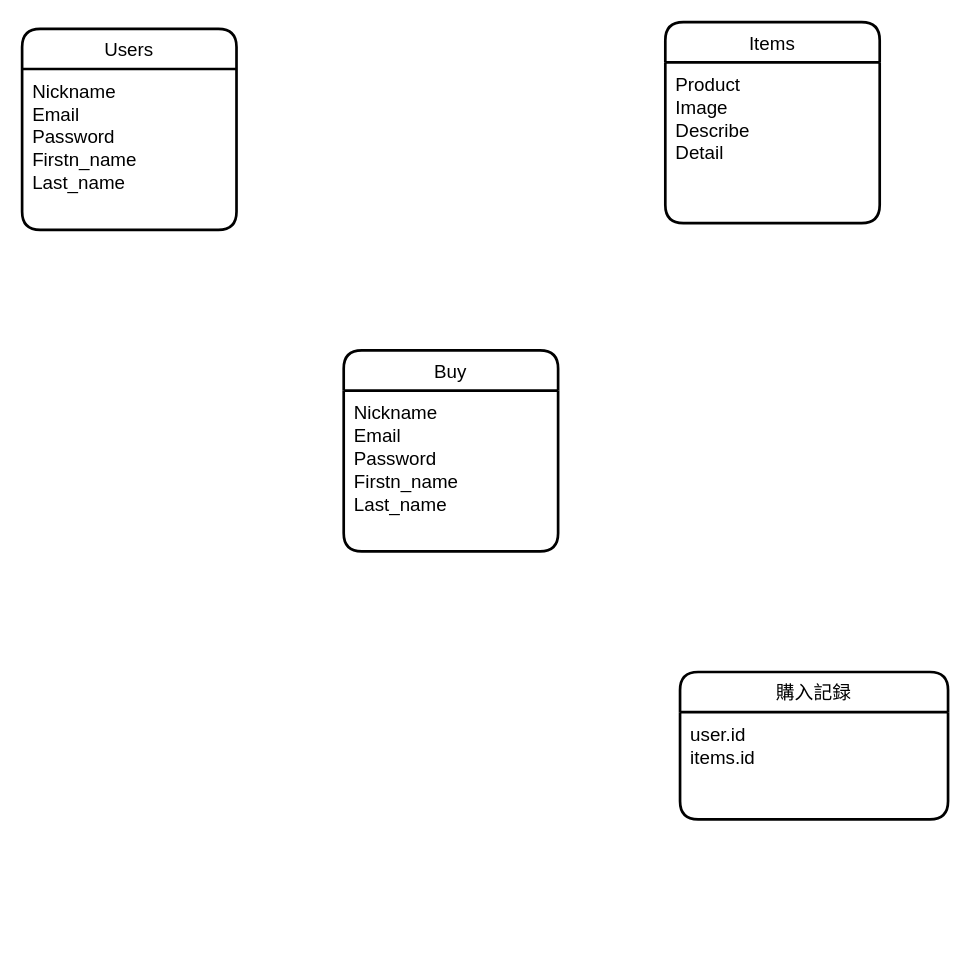
Before: .dio in ryoya-mineshima/furima-32838, a draw.io diagram. Source tidied: cells renumbered, new cells numbered last; positions are measured from the earlier drawing's top-left corner, leaving out a move shared by most shapes. Both pictures are drawn from the tidied source at 134%, with x=0, y=0 at pixel (21, 21).
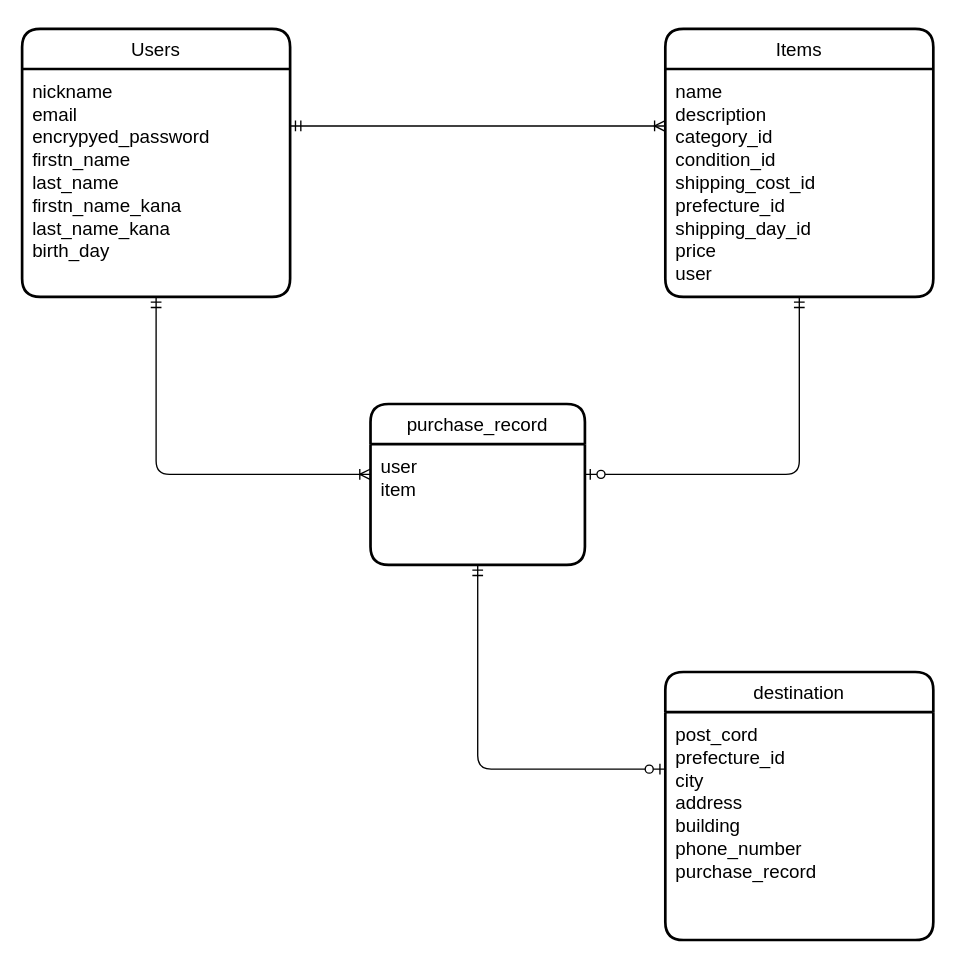
The same diagram, later.

Commit message:
ER図修正（忘れ）

Diff of the diagram source:
```diff
@@
 <mxGraphModel>
   <root>
     <mxCell id="0" />
     <mxCell id="1" parent="0" />
     <mxCell id="2" value="Users" style="swimlane;horizontal=1;startSize=30;rounded=1;fontSize=14;fontStyle=0;strokeWidth=2;shadow=0;dashed=0;align=center;sketch=0;" parent="1" vertex="1">
-      <mxGeometry y="5" width="160" height="150" as="geometry" />
+      <mxGeometry y="5" width="200" height="200" as="geometry" />
     </mxCell>
-    <mxCell id="3" value="Nickname&#10;Email&#10;Password&#10;Firstn_name&#10;Last_name" style="align=left;strokeColor=none;fillColor=none;spacingLeft=4;fontSize=14;verticalAlign=top;spacingTop=0;spacingBottom=0;spacing=4;" parent="2" vertex="1">
-      <mxGeometry y="30" width="160" height="120" as="geometry" />
+    <mxCell id="3" value="nickname&#10;email&#10;encrypyed_password&#10;firstn_name&#10;last_name&#10;firstn_name_kana&#10;last_name_kana&#10;birth_day" style="align=left;strokeColor=none;fillColor=none;spacingLeft=4;fontSize=14;verticalAlign=top;spacingTop=0;spacingBottom=0;spacing=4;" parent="2" vertex="1">
+      <mxGeometry y="30" width="200" height="170" as="geometry" />
     </mxCell>
     <mxCell id="4" value="Items" style="swimlane;horizontal=1;startSize=30;rounded=1;fontSize=14;fontStyle=0;strokeWidth=2;shadow=0;dashed=0;align=center;sketch=0;" parent="1" vertex="1">
-      <mxGeometry x="480" width="160" height="150" as="geometry" />
+      <mxGeometry x="480" y="5" width="200" height="200" as="geometry" />
     </mxCell>
-    <mxCell id="5" value="Product&#10;Image&#10;Describe&#10;Detail&#10;" style="align=left;strokeColor=none;fillColor=none;spacingLeft=4;fontSize=14;verticalAlign=top;spacingTop=0;spacingBottom=0;spacing=4;" parent="4" vertex="1">
-      <mxGeometry y="30" width="160" height="120" as="geometry" />
+    <mxCell id="5" value="name&#10;description&#10;category_id&#10;condition_id&#10;shipping_cost_id&#10;prefecture_id&#10;shipping_day_id&#10;price&#10;user" style="align=left;strokeColor=none;fillColor=none;spacingLeft=4;fontSize=14;verticalAlign=top;spacingTop=0;spacingBottom=0;spacing=4;" parent="4" vertex="1">
+      <mxGeometry y="30" width="200" height="170" as="geometry" />
     </mxCell>
-    <mxCell id="6" value="Buy" style="swimlane;horizontal=1;startSize=30;rounded=1;fontSize=14;fontStyle=0;strokeWidth=2;shadow=0;dashed=0;align=center;sketch=0;" parent="1" vertex="1">
-      <mxGeometry x="240" y="245" width="160" height="150" as="geometry" />
-    </mxCell>
-    <mxCell id="7" value="Nickname&#10;Email&#10;Password&#10;Firstn_name&#10;Last_name" style="align=left;strokeColor=none;fillColor=none;spacingLeft=4;fontSize=14;verticalAlign=top;spacingTop=0;spacingBottom=0;spacing=4;" parent="6" vertex="1">
-      <mxGeometry y="30" width="160" height="120" as="geometry" />
-    </mxCell>
-    <mxCell id="8" value="購入記録" style="swimlane;horizontal=1;startSize=30;rounded=1;fontSize=14;fontStyle=0;strokeWidth=2;shadow=0;dashed=0;align=center;sketch=0;" parent="1" vertex="1">
-      <mxGeometry x="491" y="485" width="200" height="110" as="geometry" />
-    </mxCell>
-    <mxCell id="9" value="user.id&#10;items.id" style="align=left;strokeColor=none;fillColor=none;spacingLeft=4;fontSize=14;verticalAlign=top;spacingTop=0;spacingBottom=0;spacing=4;" parent="8" vertex="1">
-      <mxGeometry y="30" width="200" height="80" as="geometry" />
-    </mxCell>
+    <mxCell id="10" value="destination" style="swimlane;horizontal=1;startSize=30;rounded=1;fontSize=14;fontStyle=0;strokeWidth=2;shadow=0;dashed=0;align=center;sketch=0;" parent="1" vertex="1">
+      <mxGeometry x="480" y="485" width="200" height="200" as="geometry" />
+    </mxCell>
+    <mxCell id="11" value="post_cord&#10;prefecture_id&#10;city&#10;address&#10;building&#10;phone_number&#10;purchase_record" style="align=left;strokeColor=none;fillColor=none;spacingLeft=4;fontSize=14;verticalAlign=top;spacingTop=0;spacingBottom=0;spacing=4;" parent="10" vertex="1">
+      <mxGeometry y="30" width="200" height="170" as="geometry" />
+    </mxCell>
+    <mxCell id="12" value="purchase_record" style="swimlane;horizontal=1;startSize=30;rounded=1;fontSize=14;fontStyle=0;strokeWidth=2;shadow=0;dashed=0;align=center;sketch=0;" parent="1" vertex="1">
+      <mxGeometry x="260" y="285" width="160" height="120" as="geometry" />
+    </mxCell>
+    <mxCell id="13" value="user&#10;item" style="align=left;strokeColor=none;fillColor=none;spacingLeft=4;fontSize=14;verticalAlign=top;spacingTop=0;spacingBottom=0;spacing=4;" parent="12" vertex="1">
+      <mxGeometry y="30" width="160" height="90" as="geometry" />
+    </mxCell>
+    <mxCell id="14" style="edgeStyle=orthogonalEdgeStyle;fontSize=12;html=1;endArrow=ERoneToMany;startArrow=ERmandOne;entryX=0;entryY=0.25;entryDx=0;entryDy=0;exitX=0.5;exitY=1;exitDx=0;exitDy=0;" parent="1" edge="1" source="3" target="13">
+      <mxGeometry relative="1" as="geometry" />
+    </mxCell>
+    <mxCell id="15" style="edgeStyle=entityRelationEdgeStyle;fontSize=12;html=1;endArrow=ERoneToMany;startArrow=ERmandOne;entryX=0;entryY=0.25;entryDx=0;entryDy=0;exitX=1;exitY=0.25;exitDx=0;exitDy=0;" parent="1" edge="1" source="3" target="5">
+      <mxGeometry relative="1" as="geometry" />
+    </mxCell>
+    <mxCell id="16" style="edgeStyle=orthogonalEdgeStyle;fontSize=12;html=1;endArrow=ERzeroToOne;startArrow=ERmandOne;exitX=0.5;exitY=1;exitDx=0;exitDy=0;entryX=1;entryY=0.25;entryDx=0;entryDy=0;" parent="1" edge="1" source="5" target="13">
+      <mxGeometry relative="1" as="geometry" />
+    </mxCell>
+    <mxCell id="17" style="edgeStyle=orthogonalEdgeStyle;fontSize=12;html=1;endArrow=ERzeroToOne;startArrow=ERmandOne;entryX=0;entryY=0.25;entryDx=0;entryDy=0;exitX=0.5;exitY=1;exitDx=0;exitDy=0;" parent="1" edge="1" source="13" target="11">
+      <mxGeometry relative="1" as="geometry" />
+    </mxCell>
   </root>
 </mxGraphModel>
```
